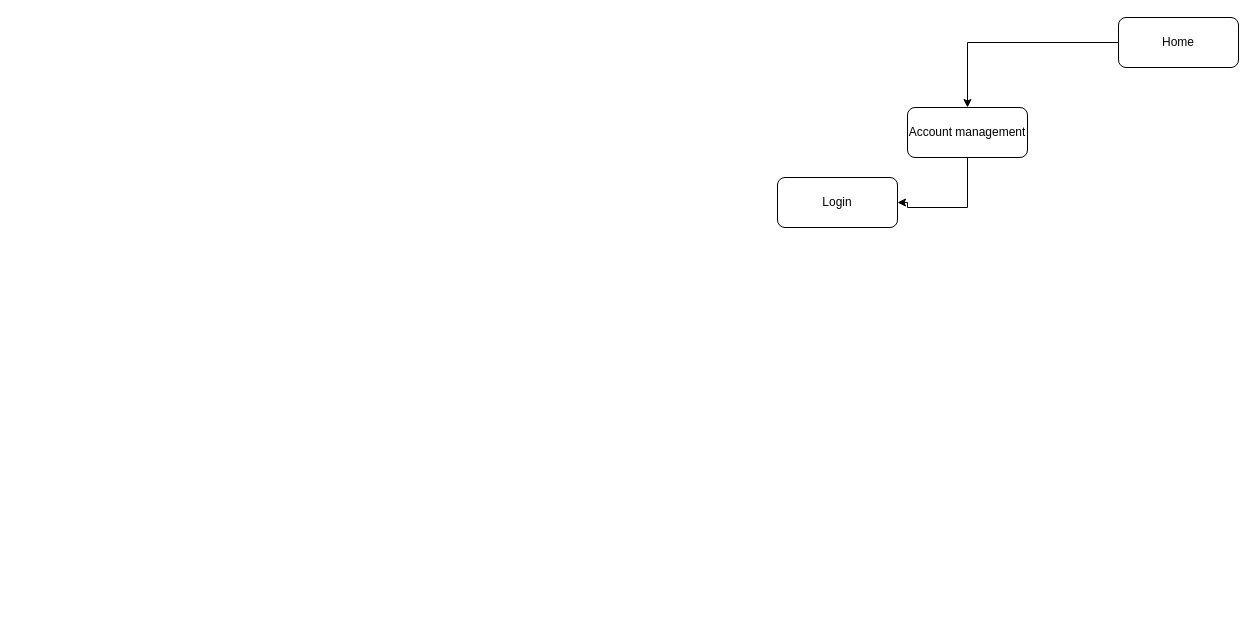
Before: Untitled Diagram.drawio in nawhoangnguyen/test, a draw.io diagram. Source tidied: cells renumbered, new cells numbered last; positions are measured from the earlier drawing's top-left corner, leaving out a move shared by most shapes. Both pictures are drawn from the tidied source at 100%, with x=0, y=0 at pixel (777, 17).
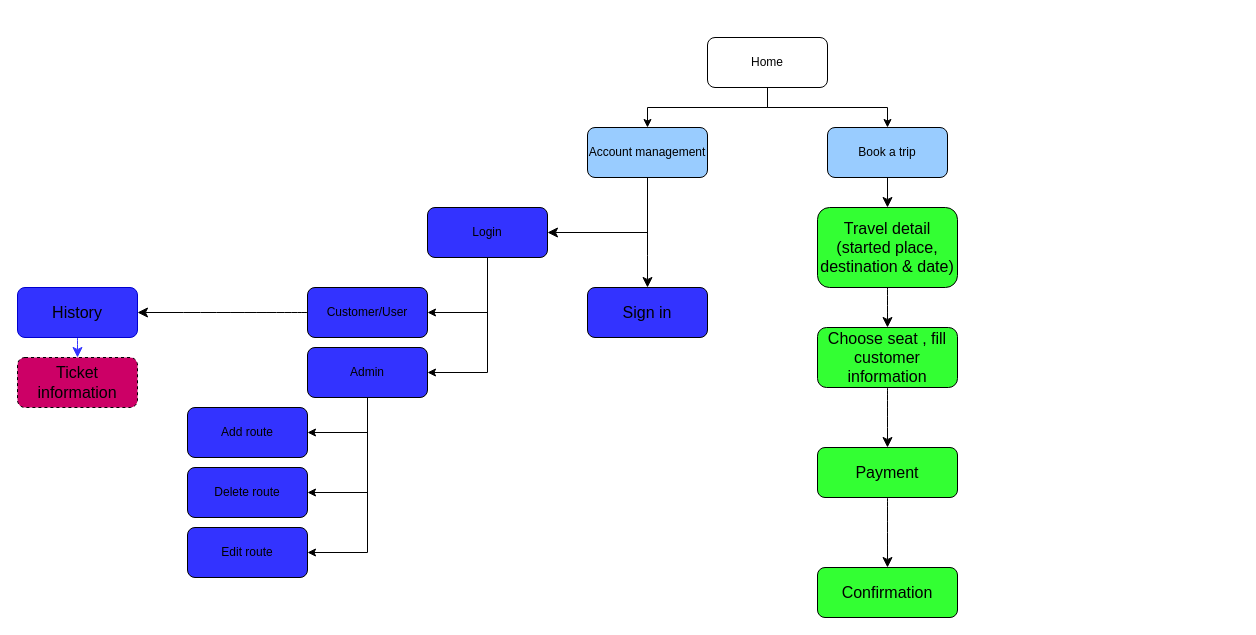
The same page after the edit.

Change to the diagram source:
```diff
@@
-    <mxCell id="2" style="edgeStyle=orthogonalEdgeStyle;rounded=0;jettySize=auto;html=1;" parent="1" edge="1" source="3" target="5">
-      <mxGeometry relative="1" as="geometry" />
+    <mxCell id="2" style="edgeStyle=orthogonalEdgeStyle;rounded=0;jettySize=auto;html=1;entryX=0.5;entryY=0;entryDx=0;entryDy=0;" parent="1" edge="1" source="3" target="5">
+      <mxGeometry relative="1" as="geometry">
+        <Array as="points">
+          <mxPoint x="-10" y="90" />
+          <mxPoint x="-130" y="90" />
+        </Array>
+      </mxGeometry>
     </mxCell>
+    <mxCell id="7" style="edgeStyle=orthogonalEdgeStyle;rounded=0;jettySize=auto;html=1;" parent="1" edge="1" source="3" target="24">
+      <mxGeometry relative="1" as="geometry">
+        <Array as="points">
+          <mxPoint x="-10" y="90" />
+          <mxPoint x="110" y="90" />
+        </Array>
+      </mxGeometry>
+    </mxCell>
     <mxCell id="3" value="Home" style="rounded=1;whiteSpace=wrap;html=1;" parent="1" vertex="1">
-      <mxGeometry x="341" width="120" height="50" as="geometry" />
+      <mxGeometry x="-70" y="20" width="120" height="50" as="geometry" />
     </mxCell>
+    <mxCell id="8" style="edgeStyle=none;curved=1;rounded=0;jettySize=auto;html=1;fontSize=12;startSize=8;endSize=8;" parent="1" edge="1" source="5" target="35">
+      <mxGeometry relative="1" as="geometry" />
+    </mxCell>
-    <mxCell id="4" style="edgeStyle=orthogonalEdgeStyle;rounded=0;jettySize=auto;html=1;" parent="1" edge="1" source="5" target="6">
+    <mxCell id="4" style="edgeStyle=none;rounded=0;jettySize=auto;html=1;entryX=1;entryY=0.5;entryDx=0;entryDy=0;fontSize=12;startSize=8;endSize=8;" parent="1" edge="1" source="5" target="6">
       <mxGeometry relative="1" as="geometry">
         <Array as="points">
-          <mxPoint x="190" y="190" />
-          <mxPoint x="130" y="190" />
-          <mxPoint x="130" y="185" />
+          <mxPoint x="-130" y="215" />
         </Array>
       </mxGeometry>
     </mxCell>
-    <mxCell id="5" value="Account management" style="rounded=1;whiteSpace=wrap;html=1;" parent="1" vertex="1">
-      <mxGeometry x="130" y="90" width="120" height="50" as="geometry" />
+    <mxCell id="5" value="Account management" style="rounded=1;whiteSpace=wrap;html=1;fillColor=#99CCFF;" parent="1" vertex="1">
+      <mxGeometry x="-190" y="110" width="120" height="50" as="geometry" />
     </mxCell>
+    <mxCell id="9" style="edgeStyle=orthogonalEdgeStyle;rounded=0;jettySize=auto;html=1;entryX=1;entryY=0.5;entryDx=0;entryDy=0;" parent="1" edge="1" source="6" target="15">
+      <mxGeometry relative="1" as="geometry" />
+    </mxCell>
+    <mxCell id="10" style="edgeStyle=orthogonalEdgeStyle;rounded=0;jettySize=auto;html=1;entryX=1;entryY=0.5;entryDx=0;entryDy=0;" parent="1" edge="1" source="6" target="19">
+      <mxGeometry relative="1" as="geometry" />
+    </mxCell>
-    <mxCell id="6" value="Login" style="rounded=1;whiteSpace=wrap;html=1;" parent="1" vertex="1">
-      <mxGeometry y="160" width="120" height="50" as="geometry" />
+    <mxCell id="6" value="Login" style="rounded=1;whiteSpace=wrap;html=1;fillColor=#3333FF;" parent="1" vertex="1">
+      <mxGeometry x="-350" y="190" width="120" height="50" as="geometry" />
     </mxCell>
+    <mxCell id="11" style="edgeStyle=orthogonalEdgeStyle;rounded=0;orthogonalLoop=1;jettySize=auto;html=1;entryX=1;entryY=0.5;entryDx=0;entryDy=0;" parent="1" edge="1">
+      <mxGeometry relative="1" as="geometry">
+        <mxPoint x="401" y="140" as="sourcePoint" />
+        <Array as="points">
+          <mxPoint x="401" y="195" />
+        </Array>
+      </mxGeometry>
+    </mxCell>
+    <mxCell id="12" style="edgeStyle=orthogonalEdgeStyle;rounded=0;orthogonalLoop=1;jettySize=auto;html=1;entryX=1;entryY=0.64;entryDx=0;entryDy=0;entryPerimeter=0;" parent="1" edge="1">
+      <mxGeometry relative="1" as="geometry">
+        <mxPoint x="401" y="140" as="sourcePoint" />
+      </mxGeometry>
+    </mxCell>
+    <mxCell id="13" style="edgeStyle=orthogonalEdgeStyle;rounded=0;orthogonalLoop=1;jettySize=auto;html=1;entryX=1;entryY=0.5;entryDx=0;entryDy=0;" parent="1" edge="1">
+      <mxGeometry relative="1" as="geometry">
+        <mxPoint x="401" y="140" as="sourcePoint" />
+      </mxGeometry>
+    </mxCell>
+    <mxCell id="14" style="edgeStyle=none;curved=1;rounded=0;jettySize=auto;html=1;fontSize=12;startSize=8;endSize=8;" parent="1" edge="1" source="15" target="33">
+      <mxGeometry relative="1" as="geometry" />
+    </mxCell>
+    <mxCell id="15" value="Customer/User" style="rounded=1;whiteSpace=wrap;html=1;fillColor=#3333FF;" parent="1" vertex="1">
+      <mxGeometry x="-470" y="270" width="120" height="50" as="geometry" />
+    </mxCell>
+    <mxCell id="16" style="edgeStyle=orthogonalEdgeStyle;rounded=0;jettySize=auto;html=1;entryX=1;entryY=0.5;entryDx=0;entryDy=0;" parent="1" edge="1" source="19" target="20">
+      <mxGeometry relative="1" as="geometry" />
+    </mxCell>
+    <mxCell id="17" style="edgeStyle=orthogonalEdgeStyle;rounded=0;jettySize=auto;html=1;entryX=1;entryY=0.5;entryDx=0;entryDy=0;" parent="1" edge="1" source="19" target="21">
+      <mxGeometry relative="1" as="geometry" />
+    </mxCell>
+    <mxCell id="18" style="edgeStyle=orthogonalEdgeStyle;rounded=0;jettySize=auto;html=1;entryX=1;entryY=0.5;entryDx=0;entryDy=0;" parent="1" edge="1" source="19" target="22">
+      <mxGeometry relative="1" as="geometry" />
+    </mxCell>
+    <mxCell id="19" value="Admin" style="rounded=1;whiteSpace=wrap;html=1;fillColor=#3333FF;" parent="1" vertex="1">
+      <mxGeometry x="-470" y="330" width="120" height="50" as="geometry" />
+    </mxCell>
+    <mxCell id="20" value="Add route" style="rounded=1;whiteSpace=wrap;html=1;fillColor=#3333FF;" parent="1" vertex="1">
+      <mxGeometry x="-590" y="390" width="120" height="50" as="geometry" />
+    </mxCell>
+    <mxCell id="21" value="Delete route" style="rounded=1;whiteSpace=wrap;html=1;fillColor=#3333FF;" parent="1" vertex="1">
+      <mxGeometry x="-590" y="450" width="120" height="50" as="geometry" />
+    </mxCell>
+    <mxCell id="22" value="Edit route" style="rounded=1;whiteSpace=wrap;html=1;fillColor=#3333FF;" parent="1" vertex="1">
+      <mxGeometry x="-590" y="510" width="120" height="50" as="geometry" />
+    </mxCell>
+    <mxCell id="23" style="edgeStyle=none;rounded=0;jettySize=auto;html=1;fontSize=12;startSize=8;endSize=8;entryX=0.5;entryY=0;entryDx=0;entryDy=0;exitX=0.5;exitY=1;exitDx=0;exitDy=0;" parent="1" edge="1" source="24" target="26">
+      <mxGeometry relative="1" as="geometry" />
+    </mxCell>
+    <mxCell id="24" value="Book a trip" style="rounded=1;whiteSpace=wrap;html=1;fillColor=#99CCFF;" parent="1" vertex="1">
+      <mxGeometry x="50" y="110" width="120" height="50" as="geometry" />
+    </mxCell>
+    <mxCell id="25" style="edgeStyle=none;curved=1;rounded=0;jettySize=auto;html=1;fontSize=12;startSize=8;endSize=8;" parent="1" edge="1" source="26" target="28">
+      <mxGeometry relative="1" as="geometry" />
+    </mxCell>
+    <mxCell id="26" value="Travel detail&lt;br&gt;(started place, destination &amp;amp; date)" style="rounded=1;whiteSpace=wrap;html=1;fontSize=16;fillColor=#33FF33;" parent="1" vertex="1">
+      <mxGeometry x="40" y="190" width="140" height="80" as="geometry" />
+    </mxCell>
+    <mxCell id="27" style="edgeStyle=none;curved=1;rounded=0;jettySize=auto;html=1;fontSize=12;startSize=8;endSize=8;" parent="1" edge="1" source="28" target="30">
+      <mxGeometry relative="1" as="geometry" />
+    </mxCell>
+    <mxCell id="28" value="Choose seat , fill customer information" style="rounded=1;whiteSpace=wrap;html=1;fontSize=16;fillColor=#33FF33;" parent="1" vertex="1">
+      <mxGeometry x="40" y="310" width="140" height="60" as="geometry" />
+    </mxCell>
+    <mxCell id="29" style="edgeStyle=none;curved=1;rounded=0;jettySize=auto;html=1;fontSize=12;startSize=8;endSize=8;entryX=0.5;entryY=0;entryDx=0;entryDy=0;" parent="1" edge="1" source="30" target="31">
+      <mxGeometry relative="1" as="geometry" />
+    </mxCell>
+    <mxCell id="30" value="Payment" style="rounded=1;whiteSpace=wrap;html=1;fontSize=16;fillColor=#33FF33;" parent="1" vertex="1">
+      <mxGeometry x="40" y="430" width="140" height="50" as="geometry" />
+    </mxCell>
+    <mxCell id="31" value="Confirmation" style="rounded=1;whiteSpace=wrap;html=1;fontSize=16;fillColor=#33FF33;" parent="1" vertex="1">
+      <mxGeometry x="40" y="550" width="140" height="50" as="geometry" />
+    </mxCell>
+    <mxCell id="32" style="edgeStyle=none;curved=1;rounded=0;jettySize=auto;html=1;fontSize=12;startSize=8;endSize=8;strokeColor=#3333FF;" parent="1" edge="1" source="33" target="34">
+      <mxGeometry relative="1" as="geometry" />
+    </mxCell>
+    <mxCell id="33" value="History" style="rounded=1;whiteSpace=wrap;html=1;fontSize=16;fillColor=#3333FF;strokeColor=#0000CC;" parent="1" vertex="1">
+      <mxGeometry x="-760" y="270" width="120" height="50" as="geometry" />
+    </mxCell>
+    <mxCell id="34" value="Ticket information" style="rounded=1;whiteSpace=wrap;html=1;fontSize=16;dashed=1;fillColor=#CC0066;" parent="1" vertex="1">
+      <mxGeometry x="-760" y="340" width="120" height="50" as="geometry" />
+    </mxCell>
+    <mxCell id="35" value="Sign in" style="rounded=1;whiteSpace=wrap;html=1;fontSize=16;fillColor=#3333FF;" parent="1" vertex="1">
+      <mxGeometry x="-190" y="270" width="120" height="50" as="geometry" />
+    </mxCell>
```
